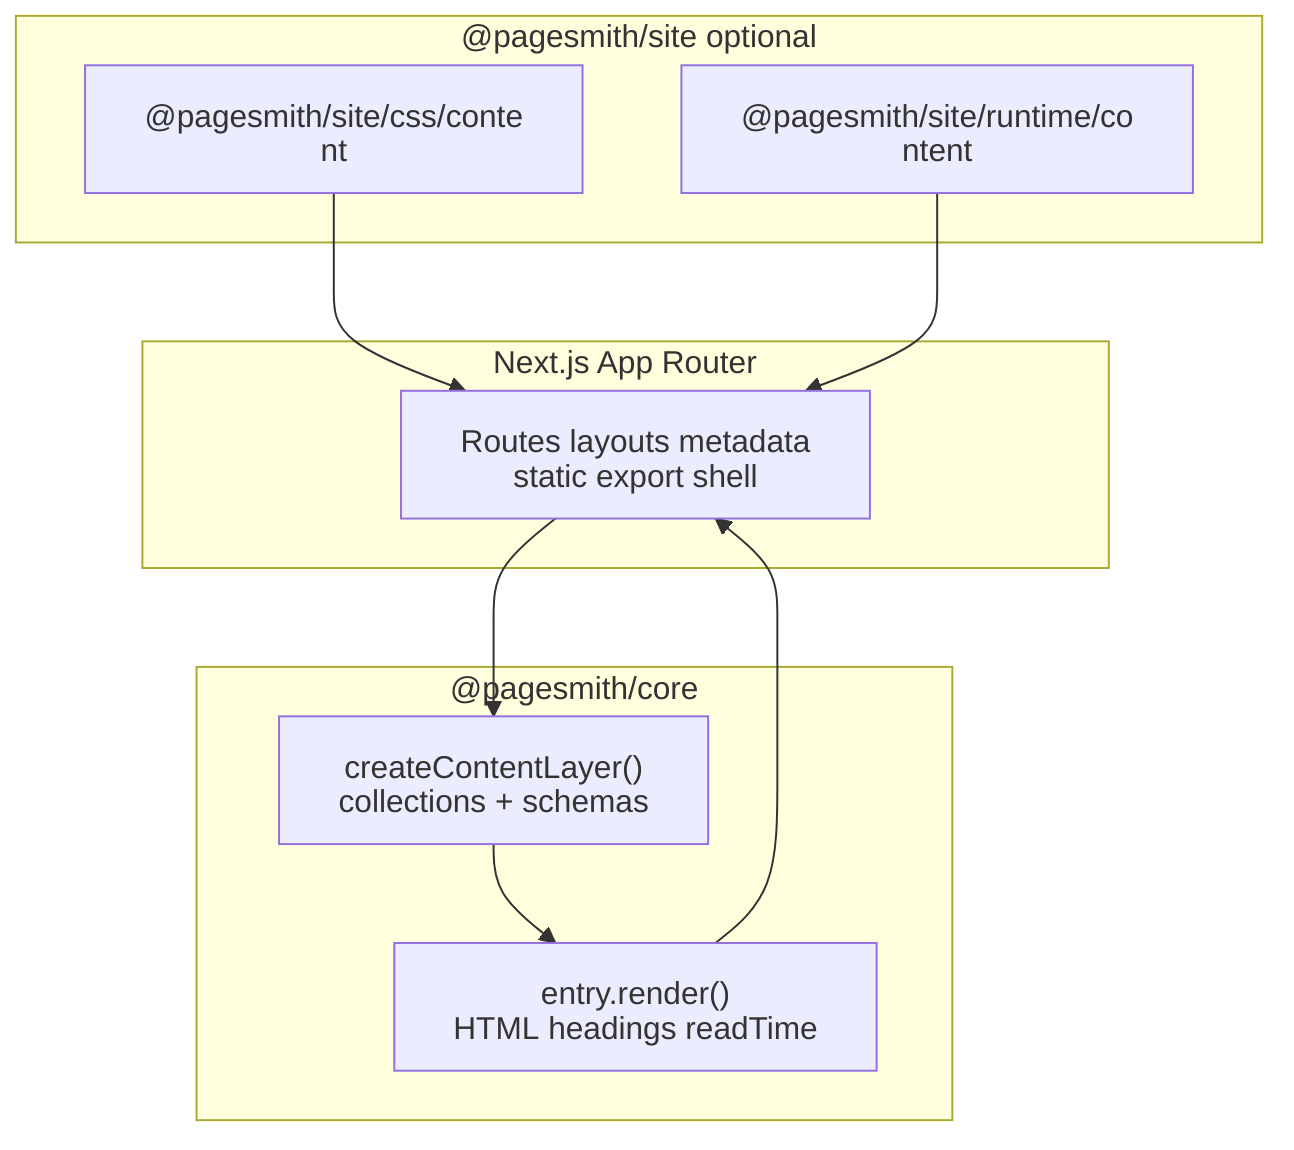
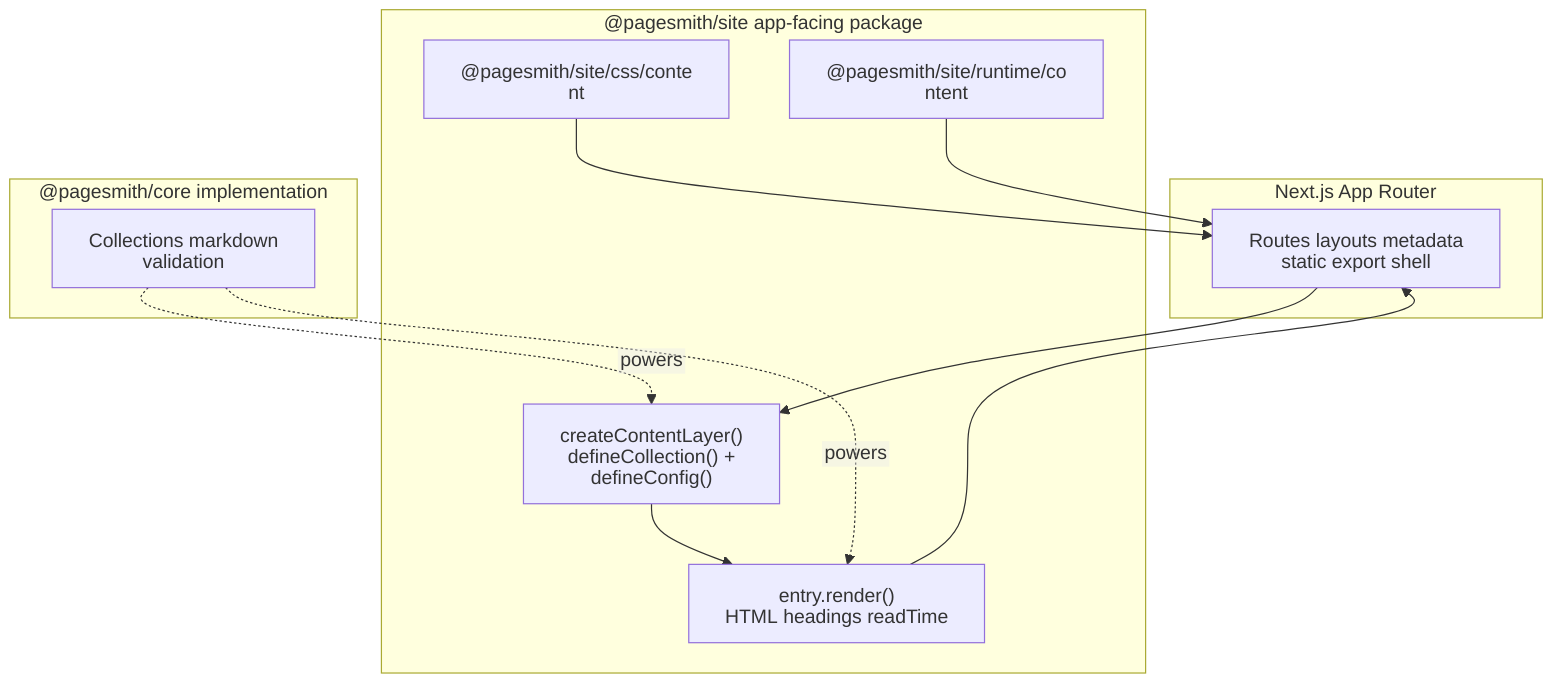
%%{init: {'htmlLabels': false}}%%

flowchart TB
    subgraph next["Next.js App Router"]
        routes["Routes layouts metadata<br/>static export shell"]
    end

-     subgraph core["@pagesmith/core"]
-         layer["createContentLayer()<br/>collections + schemas"]
+     subgraph site["@pagesmith/site app-facing package"]
+         layer["createContentLayer()<br/>defineCollection() + defineConfig()"]
        render["entry.render()<br/>HTML headings readTime"]
+         css["@pagesmith/site/css/content"]
+         runtime["@pagesmith/site/runtime/content"]
    end

-     subgraph site["@pagesmith/site optional"]
-         css["@pagesmith/site/css/content"]
-         runtime["@pagesmith/site/runtime/content"]
+     subgraph core["@pagesmith/core implementation"]
+         engine["Collections markdown validation"]
    end

    routes --> layer
    layer --> render
    render --> routes
    css --> routes
    runtime --> routes
+     engine -. powers .-> layer
+     engine -. powers .-> render
